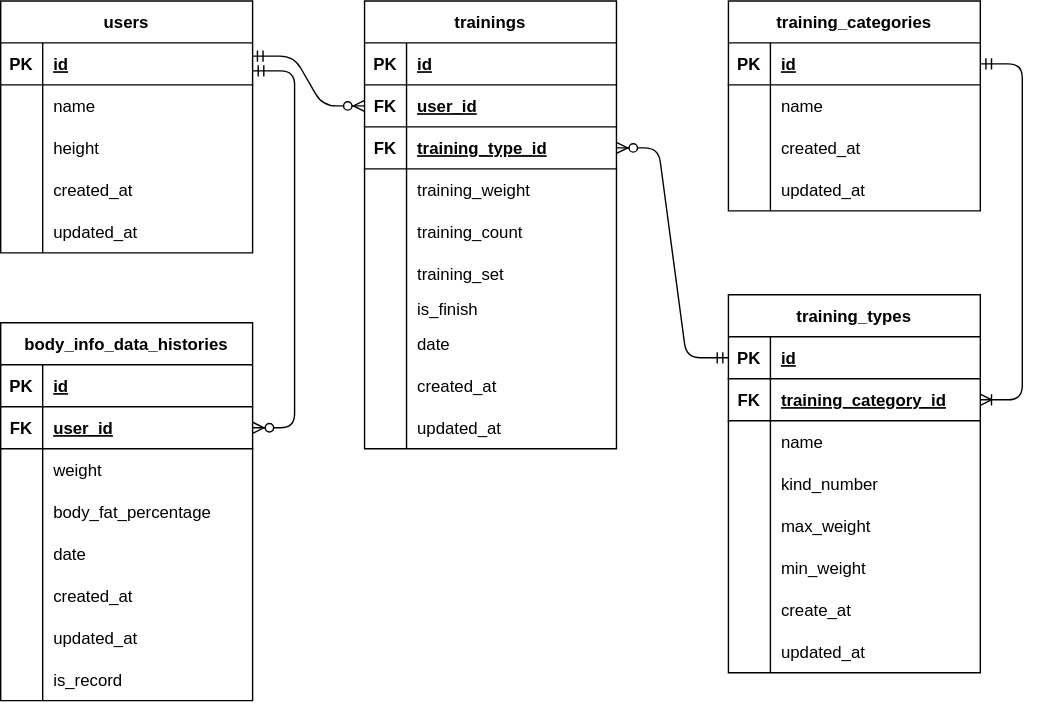
Before: docs/ER.drawio.svg, a diagram exported from draw.io (ryosukeoya/Torerogu). Source tidied: cells renumbered, new cells last; positions are measured from the earlier drawing's top-left corner, leaving out a move shared by most shapes.
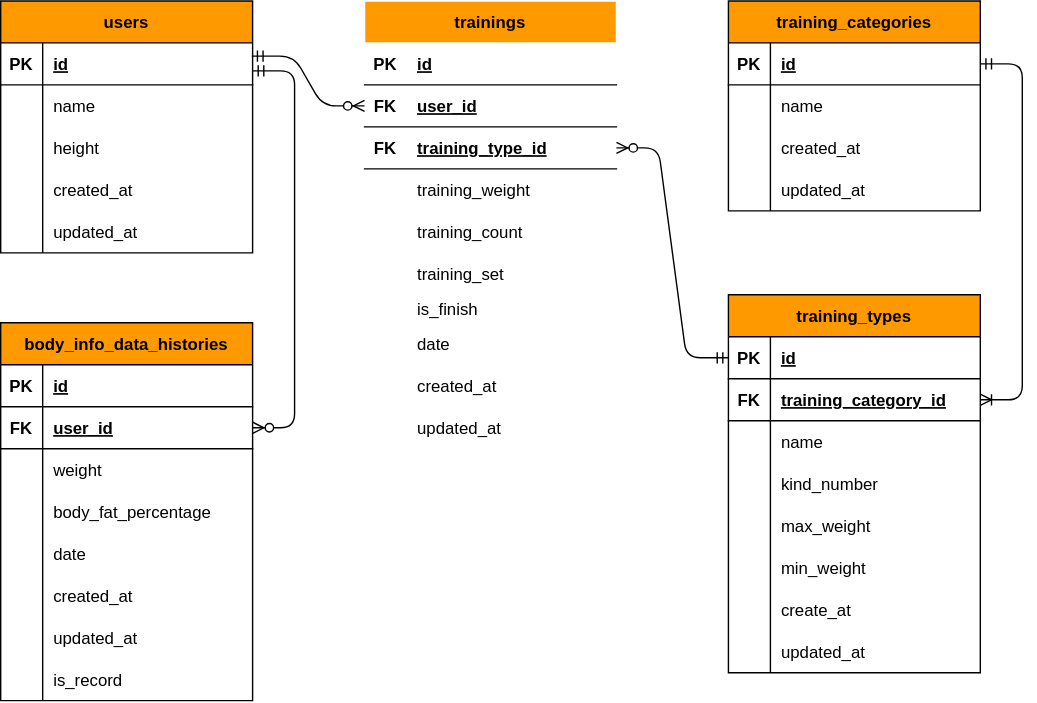
After the change.

Commit message:
デザイン修正

Diff of the diagram source:
```diff
@@ -2,7 +2,7 @@
   <root>
     <mxCell id="0" />
     <mxCell id="1" parent="0" />
-    <mxCell id="2" value="users" style="shape=table;startSize=30;rowLines=0;fontStyle=1;align=center;" parent="1" vertex="1">
+    <mxCell id="2" value="users" style="shape=table;startSize=30;rowLines=0;fontStyle=1;align=center;fillColor=#FF9900;fontColor=#000000;" parent="1" vertex="1">
       <mxGeometry width="180" height="180" as="geometry" />
     </mxCell>
     <mxCell id="3" style="shape=partialRectangle;fillColor=none;top=0;left=0;bottom=1;right=0;points=[[0,0.5],[1,0.5]];portConstraint=eastwest;" parent="2" vertex="1">
@@ -50,7 +50,7 @@
     <mxCell id="17" value="updated_at" style="shape=partialRectangle;fillColor=none;top=0;left=0;bottom=0;right=0;align=left;spacingLeft=6;overflow=hidden;" parent="15" vertex="1">
       <mxGeometry x="30" width="150" height="30" as="geometry" />
     </mxCell>
-    <mxCell id="18" value="body_info_data_histories" style="shape=table;startSize=30;rowLines=0;fontStyle=1;align=center;" parent="1" vertex="1">
+    <mxCell id="18" value="body_info_data_histories" style="shape=table;startSize=30;rowLines=0;fontStyle=1;align=center;fillColor=#FF9900;fontColor=#000000;" parent="1" vertex="1">
       <mxGeometry y="230" width="180" height="270" as="geometry" />
     </mxCell>
     <mxCell id="19" style="shape=partialRectangle;fillColor=none;top=0;left=0;bottom=1;right=0;" parent="18" vertex="1">
@@ -125,7 +125,7 @@
     <mxCell id="42" value="is_record" style="shape=partialRectangle;fillColor=none;top=0;left=0;bottom=0;right=0;align=left;spacingLeft=6;overflow=hidden;" parent="40" vertex="1">
       <mxGeometry x="30" width="150" height="30" as="geometry" />
     </mxCell>
-    <mxCell id="43" value="trainings" style="shape=table;startSize=30;rowLines=0;fontStyle=1;align=center;" parent="1" vertex="1">
+    <mxCell id="43" value="trainings" style="shape=table;startSize=30;rowLines=0;fontStyle=1;align=center;fillColor=#FF9900;fontColor=#000000;strokeColor=#FFFFFF;" parent="1" vertex="1">
       <mxGeometry x="260" width="180" height="320" as="geometry" />
     </mxCell>
     <mxCell id="44" style="shape=partialRectangle;fillColor=none;top=0;left=0;bottom=1;right=0;" parent="43" vertex="1">
@@ -218,7 +218,7 @@
     <mxCell id="73" value="updated_at" style="shape=partialRectangle;fillColor=none;top=0;left=0;bottom=0;right=0;align=left;spacingLeft=6;overflow=hidden;" parent="71" vertex="1">
       <mxGeometry x="30" width="150" height="30" as="geometry" />
     </mxCell>
-    <mxCell id="74" value="training_types" style="shape=table;startSize=30;rowLines=0;fontStyle=1;align=center;" parent="1" vertex="1">
+    <mxCell id="74" value="training_types" style="shape=table;startSize=30;rowLines=0;fontStyle=1;align=center;fillColor=#FF9900;fontColor=#000000;" parent="1" vertex="1">
       <mxGeometry x="520" y="210" width="180" height="270" as="geometry" />
     </mxCell>
     <mxCell id="75" style="shape=partialRectangle;fillColor=none;top=0;left=0;bottom=1;right=0;points=[[0,0.5],[1,0.5]];portConstraint=eastwest;" parent="74" vertex="1">
@@ -293,7 +293,7 @@
     <mxCell id="98" value="updated_at" style="shape=partialRectangle;fillColor=none;top=0;left=0;bottom=0;right=0;align=left;spacingLeft=6;overflow=hidden;" parent="96" vertex="1">
       <mxGeometry x="30" width="150" height="30" as="geometry" />
     </mxCell>
-    <mxCell id="99" value="training_categories" style="shape=table;startSize=30;rowLines=0;fontStyle=1;align=center;" parent="1" vertex="1">
+    <mxCell id="99" value="training_categories" style="shape=table;startSize=30;rowLines=0;fontStyle=1;align=center;fillColor=#FF9900;fontColor=#000000;" parent="1" vertex="1">
       <mxGeometry x="520" width="180" height="150" as="geometry" />
     </mxCell>
     <mxCell id="100" style="shape=partialRectangle;fillColor=none;top=0;left=0;bottom=1;right=0;points=[[0,0.5],[1,0.5]];portConstraint=eastwest;" parent="99" vertex="1">
```
